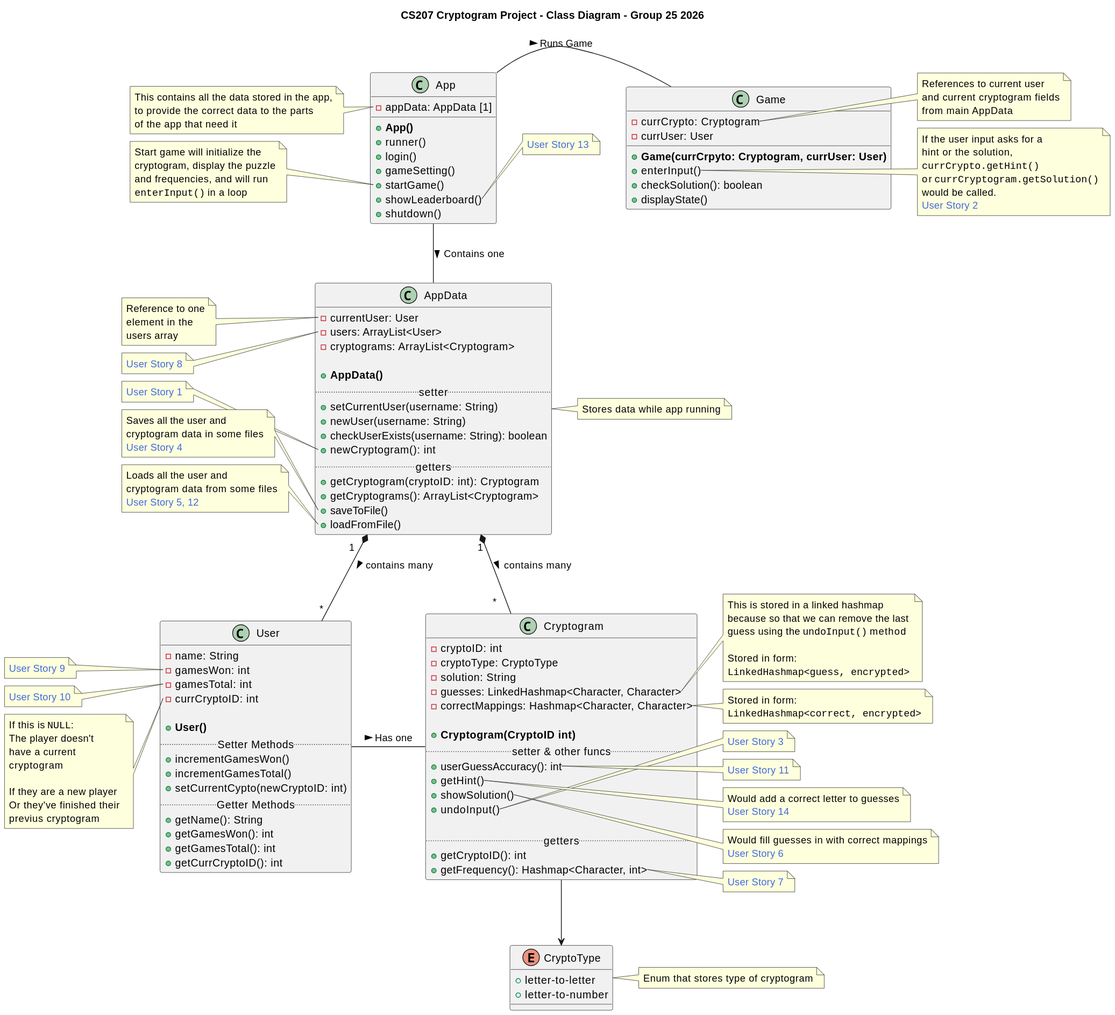
Above: Class-Diagrams/src/main-CS207 Cryptogram Project - Class Diagram - Group 25 2026.svg in finlaysr/CS207-Cryptograms (PlantUML), before the change.
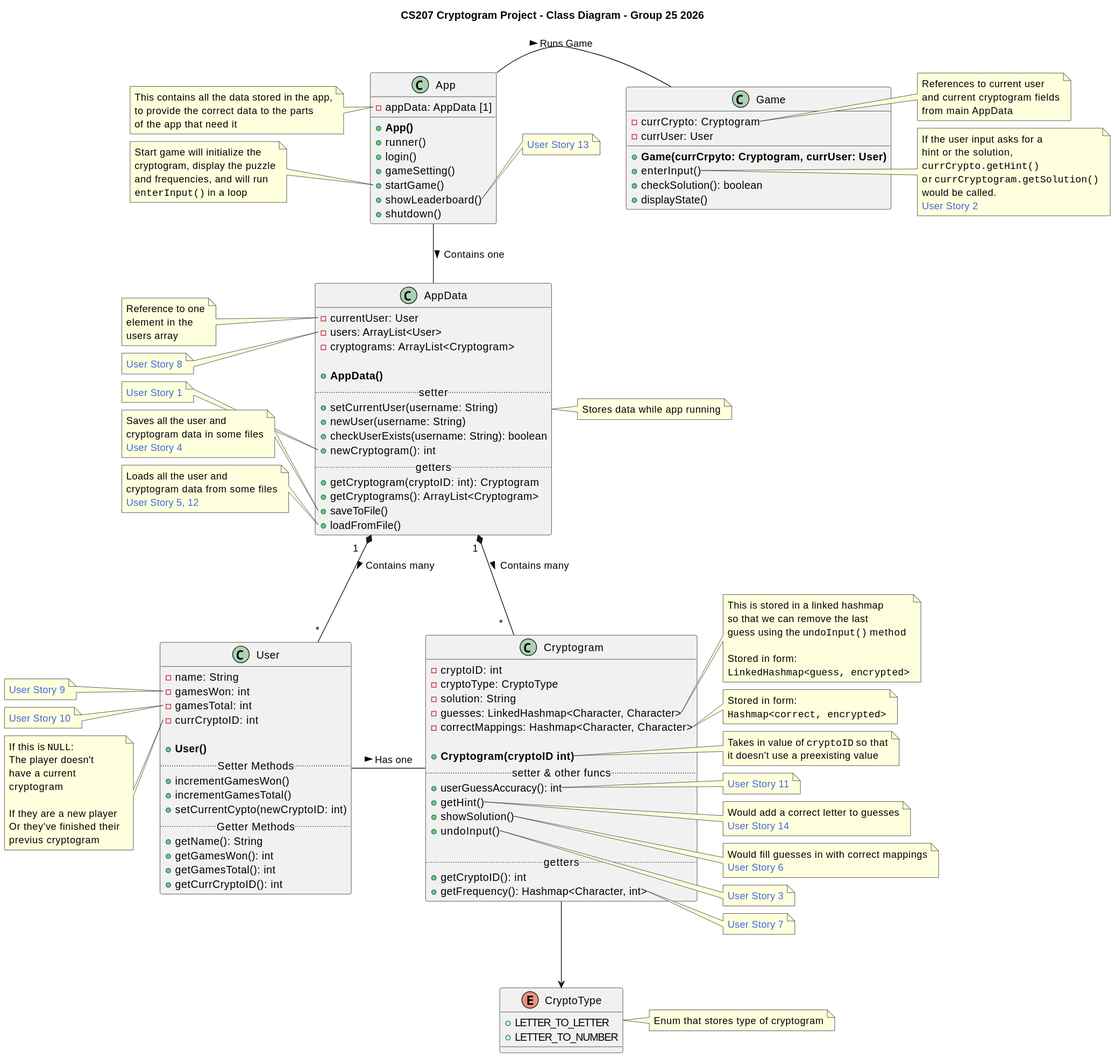
The same diagram one commit later.

Change to the diagram source:
```diff
@@ -31,15 +31,16 @@
     ""enterInput()"" in a loop
 end note
 
+note right of App::showLeaderboard
+    <color:royalBlue>User Story 13</color>
+end note
+
+
 App -right- Game: > Runs Game
 App -- AppData: > Contains one
 
-AppData "1" *-- " *    " Cryptogram: > contains many
-AppData "1    " *-- "*" User: > contains many
+AppData "1 " *-- " *   " Cryptogram: > Contains many
+AppData "1    " *-- "*" User: > Contains many
 User - Cryptogram: > Has one
 Cryptogram --> CryptoType
-
-note right of App::showLeaderboard
-    <color:royalBlue>User Story 13</color>
-end note
 @enduml
```
